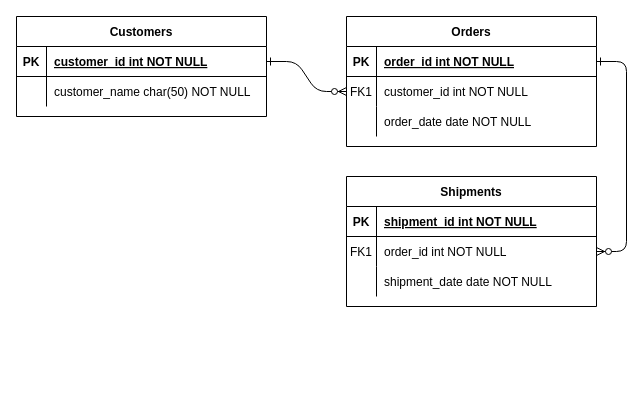
kay-squared/PyTorchLearn keeps this draw.io diagram as ERDMetadata.drawio. Above is the earlier version. Source tidied: cells renumbered, new cells numbered last; positions are measured from the earlier drawing's top-left corner, leaving out a move shared by most shapes. Both pictures are drawn from the tidied source at 100%, with x=0, y=0 at pixel (16, 16).
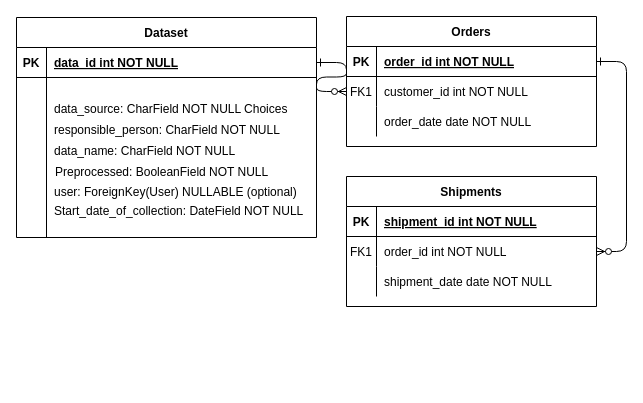
The same page after the edit.

What changed in the source:
```diff
@@
-    <mxCell id="24" value="Customers" style="shape=table;startSize=30;childLayout=tableLayout;rowLines=0;fontStyle=1;align=center;" parent="1" vertex="1">
-      <mxGeometry width="250" height="100" as="geometry" />
+    <mxCell id="24" value="Dataset" style="shape=table;startSize=30;childLayout=tableLayout;rowLines=0;fontStyle=1;align=center;" parent="1" vertex="1">
+      <mxGeometry y="1" width="300" height="220" as="geometry" />
     </mxCell>
     <mxCell id="25" style="shape=partialRectangle;fillColor=none;points=[[0,0.5],[1,0.5]];portConstraint=eastwest;top=0;left=0;right=0;bottom=1;" parent="24" vertex="1">
-      <mxGeometry y="30" width="250" height="30" as="geometry" />
+      <mxGeometry y="30" width="300" height="30" as="geometry" />
     </mxCell>
@@
-    <mxCell id="27" value="customer_id int NOT NULL " style="shape=partialRectangle;overflow=hidden;fillColor=none;top=0;left=0;bottom=0;right=0;align=left;spacingLeft=6;fontStyle=5;" parent="25" vertex="1">
-      <mxGeometry x="30" width="220" height="30" as="geometry" />
+    <mxCell id="27" value="data_id int NOT NULL " style="shape=partialRectangle;overflow=hidden;fillColor=none;top=0;left=0;bottom=0;right=0;align=left;spacingLeft=6;fontStyle=5;" parent="25" vertex="1">
+      <mxGeometry x="30" width="270" height="30" as="geometry" />
     </mxCell>
     <mxCell id="28" style="shape=partialRectangle;fillColor=none;top=0;left=0;right=0;bottom=0;" parent="24" vertex="1">
-      <mxGeometry y="60" width="250" height="30" as="geometry" />
+      <mxGeometry y="60" width="300" height="160" as="geometry" />
     </mxCell>
     <mxCell id="29" style="shape=partialRectangle;overflow=hidden;fillColor=none;top=0;left=0;bottom=0;right=0;" parent="28" vertex="1">
-      <mxGeometry width="30" height="30" as="geometry" />
+      <mxGeometry width="30" height="160" as="geometry" />
     </mxCell>
-    <mxCell id="30" value="customer_name char(50) NOT NULL" style="shape=partialRectangle;overflow=hidden;fillColor=none;top=0;left=0;bottom=0;right=0;align=left;spacingLeft=6;" parent="28" vertex="1">
-      <mxGeometry x="30" width="220" height="30" as="geometry" />
+    <mxCell id="30" value="data_name: CharField NOT NULL&#10;" style="shape=partialRectangle;overflow=hidden;fillColor=none;top=0;left=0;bottom=0;right=0;align=left;spacingLeft=6;" parent="28" vertex="1">
+      <mxGeometry x="30" width="270" height="160" as="geometry" />
     </mxCell>
+    <mxCell id="31" style="shape=partialRectangle;fillColor=none;top=0;left=0;right=0;bottom=0;" parent="1" vertex="1">
+      <mxGeometry x="5" y="240" width="300" height="130" as="geometry" />
+    </mxCell>
+    <mxCell id="32" style="shape=partialRectangle;overflow=hidden;fillColor=none;top=0;left=0;bottom=0;right=0;" parent="31" vertex="1">
+      <mxGeometry width="30" height="130" as="geometry" />
+    </mxCell>
+    <mxCell id="33" value="&#10;data_source: CharField NOT NULL Choices&#10;" style="shape=partialRectangle;overflow=hidden;fillColor=none;top=0;left=0;bottom=0;right=0;align=left;spacingLeft=6;" parent="31" vertex="1">
+      <mxGeometry x="25" y="-170" width="270" height="30" as="geometry" />
+    </mxCell>
+    <mxCell id="34" value="user: ForeignKey(User) NULLABLE (optional)" style="shape=partialRectangle;overflow=hidden;fillColor=none;top=0;left=0;bottom=0;right=0;align=left;spacingLeft=6;" parent="1" vertex="1">
+      <mxGeometry x="30" y="160" width="270" height="30" as="geometry" />
+    </mxCell>
+    <mxCell id="35" value="Preprocessed: BooleanField NOT NULL&#10;" style="shape=partialRectangle;overflow=hidden;fillColor=none;top=0;left=0;bottom=0;right=0;align=left;spacingLeft=6;" parent="1" vertex="1">
+      <mxGeometry x="31" y="137" width="270" height="50" as="geometry" />
+    </mxCell>
+    <mxCell id="36" value="Start_date_of_collection: DateField NOT NULL&#10;" style="shape=partialRectangle;overflow=hidden;fillColor=none;top=0;left=0;bottom=0;right=0;align=left;spacingLeft=6;" parent="1" vertex="1">
+      <mxGeometry x="30" y="200" width="270" as="geometry" />
+    </mxCell>
+    <mxCell id="37" value="&#10;responsible_person: CharField NOT NULL&#10;" style="shape=partialRectangle;overflow=hidden;fillColor=none;top=0;left=0;bottom=0;right=0;align=left;spacingLeft=6;" parent="1" vertex="1">
+      <mxGeometry x="30" y="91" width="270" height="30" as="geometry" />
+    </mxCell>
```
